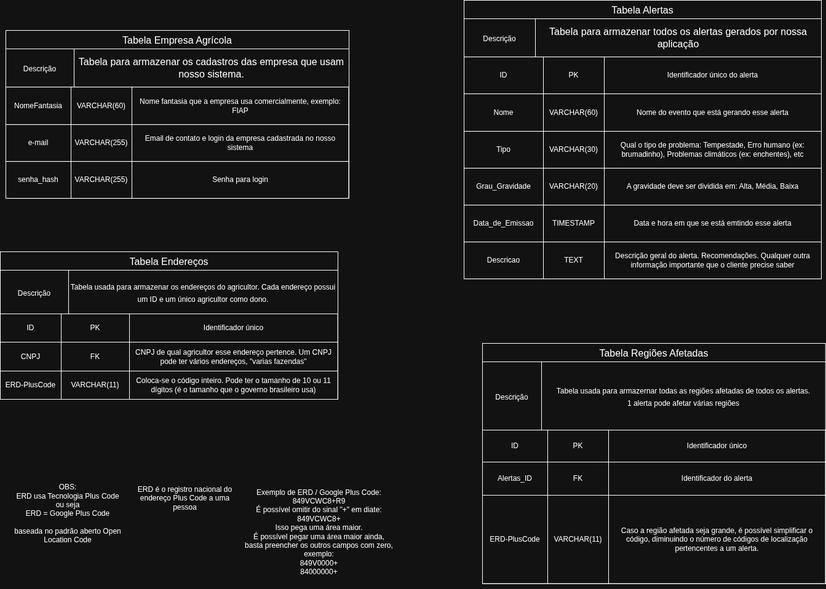
Earlier version of the draw.io export docs/database-design/Dicionário de dados.drawio.png (Code-Masters-F/GeoAlerta). Source tidied: cells renumbered, new cells last; positions are measured from the earlier drawing's top-left corner, leaving out a move shared by most shapes.
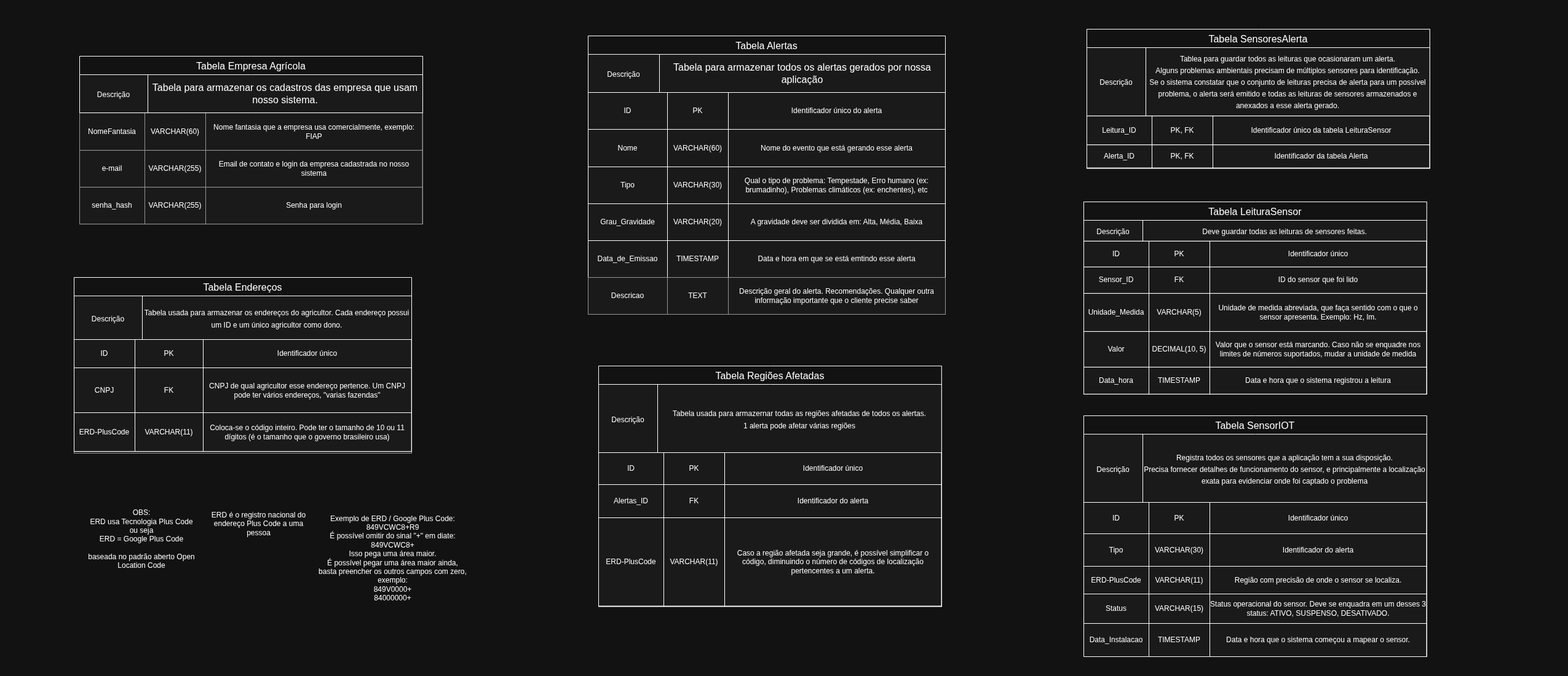
The same file after the commit.

Diff of the diagram source:
```diff
@@ -13,4 +13,4 @@
     </mxCell>
-    <mxCell id="5" style="group;" parent="1" vertex="1">
-      <mxGeometry x="754" width="581" height="393.1" as="geometry" />
+    <mxCell id="5" style="group;fillColor=#f5f5f5;fontColor=#333333;strokeColor=#666666;" parent="1" vertex="1">
+      <mxGeometry x="836" y="15.9" width="581" height="393.1" as="geometry" />
     </mxCell>
@@ -79,3 +79,3 @@
     </mxCell>
-    <mxCell id="27" style="shape=tableRow;horizontal=0;startSize=0;swimlaneHead=0;swimlaneBody=0;top=0;left=0;bottom=0;right=0;fontStyle=0;fillColor=none;strokeColor=inherit;" parent="6" vertex="1">
+    <mxCell id="27" style="shape=tableRow;horizontal=0;startSize=0;swimlaneHead=0;swimlaneBody=0;top=0;left=0;bottom=0;right=0;fontStyle=0;fillColor=#f5f5f5;strokeColor=#666666;fontColor=#333333;" parent="6" vertex="1">
       <mxGeometry y="301" width="580.9" height="60" as="geometry" />
@@ -103,4 +103,4 @@
     </mxCell>
-    <mxCell id="35" style="group;" parent="1" vertex="1">
-      <mxGeometry x="784" y="558" width="557.9" height="392" as="geometry" />
+    <mxCell id="35" style="group;fillColor=#f5f5f5;fontColor=#333333;strokeColor=#666666;" parent="1" vertex="1">
+      <mxGeometry x="853" y="553" width="557.9" height="392" as="geometry" />
     </mxCell>
@@ -157,3 +157,3 @@
     </mxCell>
-    <mxCell id="53" style="group;" parent="1" vertex="1">
+    <mxCell id="53" style="group;fillColor=#f5f5f5;fontColor=#333333;strokeColor=#666666;" parent="1" vertex="1">
       <mxGeometry y="409" width="549" height="286" as="geometry" />
@@ -161,3 +161,3 @@
     <mxCell id="54" style="shadow=0;fillColor=none;" parent="53" vertex="1">
-      <mxGeometry y="101" width="548.7" height="139" as="geometry" />
+      <mxGeometry y="101" width="548.7" height="182.2" as="geometry" />
     </mxCell>
@@ -176,24 +176,24 @@
     <mxCell id="59" style="shape=tableRow;horizontal=0;startSize=0;swimlaneHead=0;swimlaneBody=0;top=0;left=0;bottom=0;right=0;fontStyle=0;fillColor=none;strokeColor=inherit;" parent="54" vertex="1">
-      <mxGeometry y="46" width="548.7" height="47" as="geometry" />
+      <mxGeometry y="46" width="548.7" height="73" as="geometry" />
     </mxCell>
     <mxCell id="60" value="CNPJ" style="strokeColor=inherit;fillColor=none;align=center;whiteSpace=wrap;html=1;" parent="59" vertex="1">
-      <mxGeometry width="99" height="47" as="geometry" />
+      <mxGeometry width="99" height="73" as="geometry" />
     </mxCell>
     <mxCell id="61" value="&lt;div&gt;&lt;span style=&quot;background-color: transparent; color: light-dark(rgb(0, 0, 0), rgb(255, 255, 255));&quot;&gt;FK&lt;/span&gt;&lt;/div&gt;" style="strokeColor=inherit;fillColor=none;align=center;whiteSpace=wrap;html=1;" parent="59" vertex="1">
-      <mxGeometry x="99" width="111" height="47" as="geometry" />
+      <mxGeometry x="99" width="111" height="73" as="geometry" />
     </mxCell>
     <mxCell id="62" value="CNPJ de qual agricultor esse endereço pertence. Um CNPJ pode ter vários endereços, &quot;varias fazendas&quot;" style="strokeColor=inherit;fillColor=none;align=center;whiteSpace=wrap;html=1;" parent="59" vertex="1">
-      <mxGeometry x="210" width="339" height="47" as="geometry" />
+      <mxGeometry x="210" width="339" height="73" as="geometry" />
     </mxCell>
     <mxCell id="63" style="shape=tableRow;horizontal=0;startSize=0;swimlaneHead=0;swimlaneBody=0;top=0;left=0;bottom=0;right=0;fontStyle=0;fillColor=none;strokeColor=inherit;" parent="54" vertex="1">
-      <mxGeometry y="93" width="548.7" height="46" as="geometry" />
+      <mxGeometry y="119" width="548.7" height="63" as="geometry" />
     </mxCell>
     <mxCell id="64" value="ERD-PlusCode" style="strokeColor=inherit;fillColor=none;align=center;whiteSpace=wrap;html=1;" parent="63" vertex="1">
-      <mxGeometry width="99" height="46" as="geometry" />
+      <mxGeometry width="99" height="63" as="geometry" />
     </mxCell>
     <mxCell id="65" value="VARCHAR(11)" style="strokeColor=inherit;fillColor=none;align=center;whiteSpace=wrap;html=1;" parent="63" vertex="1">
-      <mxGeometry x="99" width="111" height="46" as="geometry" />
+      <mxGeometry x="99" width="111" height="63" as="geometry" />
     </mxCell>
     <mxCell id="66" value="Coloca-se o código inteiro. Pode ter o tamanho de 10 ou 11 dígitos (é o tamanho que o governo brasileiro usa)" style="strokeColor=inherit;fillColor=none;align=center;whiteSpace=wrap;html=1;" parent="63" vertex="1">
-      <mxGeometry x="210" width="339" height="46" as="geometry" />
+      <mxGeometry x="210" width="339" height="63" as="geometry" />
     </mxCell>
@@ -211,6 +211,6 @@
     </mxCell>
-    <mxCell id="71" style="group;" parent="1" vertex="1">
+    <mxCell id="71" style="group;fillColor=#f5f5f5;fontColor=#333333;strokeColor=#666666;" parent="1" vertex="1">
       <mxGeometry x="9" y="49" width="557.9" height="213.1" as="geometry" />
     </mxCell>
-    <mxCell id="72" style="shadow=0;fillColor=none;" parent="71" vertex="1">
+    <mxCell id="72" style="shadow=0;fillColor=#f5f5f5;fontColor=#333333;strokeColor=#666666;" parent="71" vertex="1">
       <mxGeometry y="92.1" width="557.5" height="181" as="geometry" />
@@ -265,2 +265,200 @@
     </mxCell>
+    <mxCell id="89" style="group;fillColor=#f5f5f5;fontColor=#333333;strokeColor=#666666;" parent="1" vertex="1">
+      <mxGeometry x="1642" y="634" width="557.9" height="392" as="geometry" />
+    </mxCell>
+    <mxCell id="90" style="shadow=0;fillColor=none;" parent="89" vertex="1">
+      <mxGeometry y="141" width="557.5" height="251" as="geometry" />
+    </mxCell>
+    <mxCell id="91" style="shape=tableRow;horizontal=0;startSize=0;swimlaneHead=0;swimlaneBody=0;top=0;left=0;bottom=0;right=0;fontStyle=0;fillColor=none;strokeColor=inherit;" parent="90" vertex="1">
+      <mxGeometry width="557.5" height="51" as="geometry" />
+    </mxCell>
+    <mxCell id="92" value="ID" style="strokeColor=inherit;fillColor=none;align=center;whiteSpace=wrap;html=1;" parent="91" vertex="1">
+      <mxGeometry width="106" height="51" as="geometry" />
+    </mxCell>
+    <mxCell id="93" value="PK" style="strokeColor=inherit;fillColor=none;align=center;whiteSpace=wrap;html=1;" parent="91" vertex="1">
+      <mxGeometry x="106" width="99" height="51" as="geometry" />
+    </mxCell>
+    <mxCell id="94" value="Identificador único" style="strokeColor=inherit;fillColor=none;align=center;whiteSpace=wrap;html=1;" parent="91" vertex="1">
+      <mxGeometry x="205" width="353" height="51" as="geometry" />
+    </mxCell>
+    <mxCell id="95" style="shape=tableRow;horizontal=0;startSize=0;swimlaneHead=0;swimlaneBody=0;top=0;left=0;bottom=0;right=0;fontStyle=0;fillColor=none;strokeColor=inherit;" parent="90" vertex="1">
+      <mxGeometry y="51" width="557.5" height="53" as="geometry" />
+    </mxCell>
+    <mxCell id="96" value="Tipo" style="strokeColor=inherit;fillColor=none;align=center;whiteSpace=wrap;html=1;" parent="95" vertex="1">
+      <mxGeometry width="106" height="53" as="geometry" />
+    </mxCell>
+    <mxCell id="97" value="VARCHAR(30)" style="strokeColor=inherit;fillColor=none;align=center;whiteSpace=wrap;html=1;" parent="95" vertex="1">
+      <mxGeometry x="106" width="99" height="53" as="geometry" />
+    </mxCell>
+    <mxCell id="98" value="Identificador do alerta" style="strokeColor=inherit;fillColor=none;align=center;whiteSpace=wrap;html=1;" parent="95" vertex="1">
+      <mxGeometry x="205" width="353" height="53" as="geometry" />
+    </mxCell>
+    <mxCell id="99" style="shape=tableRow;horizontal=0;startSize=0;swimlaneHead=0;swimlaneBody=0;top=0;left=0;bottom=0;right=0;fontStyle=0;fillColor=none;strokeColor=inherit;" parent="90" vertex="1">
+      <mxGeometry y="104" width="557.5" height="45" as="geometry" />
+    </mxCell>
+    <mxCell id="100" value="ERD-PlusCode" style="strokeColor=inherit;fillColor=none;align=center;whiteSpace=wrap;html=1;" parent="99" vertex="1">
+      <mxGeometry width="106" height="45" as="geometry" />
+    </mxCell>
+    <mxCell id="101" value="VARCHAR(11)" style="strokeColor=inherit;fillColor=none;align=center;whiteSpace=wrap;html=1;" parent="99" vertex="1">
+      <mxGeometry x="106" width="99" height="45" as="geometry" />
+    </mxCell>
+    <mxCell id="102" value="Região com precisão de onde o sensor se localiza." style="strokeColor=inherit;fillColor=none;align=center;whiteSpace=wrap;html=1;" parent="99" vertex="1">
+      <mxGeometry x="205" width="353" height="45" as="geometry" />
+    </mxCell>
+    <mxCell id="103" style="shape=tableRow;horizontal=0;startSize=0;swimlaneHead=0;swimlaneBody=0;top=0;left=0;bottom=0;right=0;fontStyle=0;fillColor=none;strokeColor=inherit;" parent="90" vertex="1">
+      <mxGeometry y="149" width="557.5" height="48" as="geometry" />
+    </mxCell>
+    <mxCell id="104" value="Status" style="strokeColor=inherit;fillColor=none;align=center;whiteSpace=wrap;html=1;" parent="103" vertex="1">
+      <mxGeometry width="106" height="48" as="geometry" />
+    </mxCell>
+    <mxCell id="105" value="VARCHAR(15)" style="strokeColor=inherit;fillColor=none;align=center;whiteSpace=wrap;html=1;" parent="103" vertex="1">
+      <mxGeometry x="106" width="99" height="48" as="geometry" />
+    </mxCell>
+    <mxCell id="106" value="Status operacional do sensor. Deve se enquadra em um desses 3 status: ATIVO, SUSPENSO, DESATIVADO." style="strokeColor=inherit;fillColor=none;align=center;whiteSpace=wrap;html=1;" parent="103" vertex="1">
+      <mxGeometry x="205" width="353" height="48" as="geometry" />
+    </mxCell>
+    <mxCell id="107" style="shape=tableRow;horizontal=0;startSize=0;swimlaneHead=0;swimlaneBody=0;top=0;left=0;bottom=0;right=0;fontStyle=0;fillColor=none;strokeColor=inherit;" parent="90" vertex="1">
+      <mxGeometry y="197" width="557.5" height="54" as="geometry" />
+    </mxCell>
+    <mxCell id="108" value="Data_Instalacao" style="strokeColor=inherit;fillColor=none;align=center;whiteSpace=wrap;html=1;" parent="107" vertex="1">
+      <mxGeometry width="106" height="54" as="geometry" />
+    </mxCell>
+    <mxCell id="109" value="TIMESTAMP" style="strokeColor=inherit;fillColor=none;align=center;whiteSpace=wrap;html=1;" parent="107" vertex="1">
+      <mxGeometry x="106" width="99" height="54" as="geometry" />
+    </mxCell>
+    <mxCell id="110" value="Data e hora que o sistema começou a mapear o sensor." style="strokeColor=inherit;fillColor=none;align=center;whiteSpace=wrap;html=1;" parent="107" vertex="1">
+      <mxGeometry x="205" width="353" height="54" as="geometry" />
+    </mxCell>
+    <mxCell id="111" value="Tabela SensorIOT" style="shape=table;startSize=30;strokeColor=default;fontSize=16;" parent="89" vertex="1">
+      <mxGeometry width="557.8" height="141" as="geometry" />
+    </mxCell>
+    <mxCell id="112" style="shape=tableRow;horizontal=0;startSize=0;swimlaneHead=0;swimlaneBody=0;strokeColor=inherit;top=0;left=0;bottom=0;right=0;fillColor=none;fontSize=16;" parent="111" vertex="1">
+      <mxGeometry y="30" width="557.8" height="111" as="geometry" />
+    </mxCell>
+    <mxCell id="113" value="&lt;span style=&quot;font-size: 12px;&quot;&gt;Descrição&lt;/span&gt;" style="shape=partialRectangle;html=1;whiteSpace=wrap;strokeColor=inherit;overflow=hidden;fillColor=none;top=0;left=0;bottom=0;right=0;fontSize=16;" parent="112" vertex="1">
+      <mxGeometry width="96" height="111" as="geometry" />
+    </mxCell>
+    <mxCell id="114" value="&lt;span style=&quot;font-size: 12px;&quot;&gt;Registra todos os sensores que a aplicação tem a sua disposição.&lt;br&gt;Precisa fornecer detalhes de funcionamento do sensor, e principalmente a localização exata para evidenciar onde foi captado o problema&lt;/span&gt;" style="shape=partialRectangle;html=1;whiteSpace=wrap;strokeColor=inherit;overflow=hidden;fillColor=none;top=0;left=0;bottom=0;right=0;fontSize=16;" parent="112" vertex="1">
+      <mxGeometry x="96" width="462" height="111" as="geometry" />
+    </mxCell>
+    <mxCell id="115" style="group;fillColor=#f5f5f5;fontColor=#333333;strokeColor=#666666;" parent="1" vertex="1">
+      <mxGeometry x="1642" y="286" width="557.9" height="313" as="geometry" />
+    </mxCell>
+    <mxCell id="116" style="shadow=0;fillColor=none;" parent="115" vertex="1">
+      <mxGeometry y="63.9" width="557.5" height="248.9" as="geometry" />
+    </mxCell>
+    <mxCell id="117" style="shape=tableRow;horizontal=0;startSize=0;swimlaneHead=0;swimlaneBody=0;top=0;left=0;bottom=0;right=0;fontStyle=0;fillColor=none;strokeColor=inherit;" parent="116" vertex="1">
+      <mxGeometry width="557.5" height="42" as="geometry" />
+    </mxCell>
+    <mxCell id="118" value="ID" style="strokeColor=inherit;fillColor=none;align=center;whiteSpace=wrap;html=1;" parent="117" vertex="1">
+      <mxGeometry width="106" height="42" as="geometry" />
+    </mxCell>
+    <mxCell id="119" value="PK" style="strokeColor=inherit;fillColor=none;align=center;whiteSpace=wrap;html=1;" parent="117" vertex="1">
+      <mxGeometry x="106" width="99" height="42" as="geometry" />
+    </mxCell>
+    <mxCell id="120" value="Identificador único" style="strokeColor=inherit;fillColor=none;align=center;whiteSpace=wrap;html=1;" parent="117" vertex="1">
+      <mxGeometry x="205" width="353" height="42" as="geometry" />
+    </mxCell>
+    <mxCell id="121" style="shape=tableRow;horizontal=0;startSize=0;swimlaneHead=0;swimlaneBody=0;top=0;left=0;bottom=0;right=0;fontStyle=0;fillColor=none;strokeColor=inherit;" parent="116" vertex="1">
+      <mxGeometry y="42" width="557.5" height="43" as="geometry" />
+    </mxCell>
+    <mxCell id="122" value="Sensor_ID" style="strokeColor=inherit;fillColor=none;align=center;whiteSpace=wrap;html=1;" parent="121" vertex="1">
+      <mxGeometry width="106" height="43" as="geometry" />
+    </mxCell>
+    <mxCell id="123" value="FK" style="strokeColor=inherit;fillColor=none;align=center;whiteSpace=wrap;html=1;" parent="121" vertex="1">
+      <mxGeometry x="106" width="99" height="43" as="geometry" />
+    </mxCell>
+    <mxCell id="124" value="ID do sensor que foi lido" style="strokeColor=inherit;fillColor=none;align=center;whiteSpace=wrap;html=1;" parent="121" vertex="1">
+      <mxGeometry x="205" width="353" height="43" as="geometry" />
+    </mxCell>
+    <mxCell id="125" style="shape=tableRow;horizontal=0;startSize=0;swimlaneHead=0;swimlaneBody=0;top=0;left=0;bottom=0;right=0;fontStyle=0;fillColor=none;strokeColor=inherit;" parent="116" vertex="1">
+      <mxGeometry y="85" width="557.5" height="62" as="geometry" />
+    </mxCell>
+    <mxCell id="126" value="Unidade_Medida" style="strokeColor=inherit;fillColor=none;align=center;whiteSpace=wrap;html=1;" parent="125" vertex="1">
+      <mxGeometry width="106" height="62" as="geometry" />
+    </mxCell>
+    <mxCell id="127" value="VARCHAR(5)" style="strokeColor=inherit;fillColor=none;align=center;whiteSpace=wrap;html=1;" parent="125" vertex="1">
+      <mxGeometry x="106" width="99" height="62" as="geometry" />
+    </mxCell>
+    <mxCell id="128" value="Unidade de medida abreviada, que faça sentido com o que o sensor apresenta. Exemplo: Hz, lm." style="strokeColor=inherit;fillColor=none;align=center;whiteSpace=wrap;html=1;" parent="125" vertex="1">
+      <mxGeometry x="205" width="353" height="62" as="geometry" />
+    </mxCell>
+    <mxCell id="129" style="shape=tableRow;horizontal=0;startSize=0;swimlaneHead=0;swimlaneBody=0;top=0;left=0;bottom=0;right=0;fontStyle=0;fillColor=none;strokeColor=inherit;" parent="116" vertex="1">
+      <mxGeometry y="147" width="557.5" height="58" as="geometry" />
+    </mxCell>
+    <mxCell id="130" value="Valor" style="strokeColor=inherit;fillColor=none;align=center;whiteSpace=wrap;html=1;" parent="129" vertex="1">
+      <mxGeometry width="106" height="58" as="geometry" />
+    </mxCell>
+    <mxCell id="131" value="DECIMAL(10, 5)" style="strokeColor=inherit;fillColor=none;align=center;whiteSpace=wrap;html=1;" parent="129" vertex="1">
+      <mxGeometry x="106" width="99" height="58" as="geometry" />
+    </mxCell>
+    <mxCell id="132" value="Valor que o sensor está marcando. Caso não se enquadre nos limites de números suportados, mudar a unidade de medida" style="strokeColor=inherit;fillColor=none;align=center;whiteSpace=wrap;html=1;" parent="129" vertex="1">
+      <mxGeometry x="205" width="353" height="58" as="geometry" />
+    </mxCell>
+    <mxCell id="133" style="shape=tableRow;horizontal=0;startSize=0;swimlaneHead=0;swimlaneBody=0;top=0;left=0;bottom=0;right=0;fontStyle=0;fillColor=none;strokeColor=inherit;" parent="116" vertex="1">
+      <mxGeometry y="205" width="557.5" height="44" as="geometry" />
+    </mxCell>
+    <mxCell id="134" value="Data_hora" style="strokeColor=inherit;fillColor=none;align=center;whiteSpace=wrap;html=1;" parent="133" vertex="1">
+      <mxGeometry width="106" height="44" as="geometry" />
+    </mxCell>
+    <mxCell id="135" value="TIMESTAMP" style="strokeColor=inherit;fillColor=none;align=center;whiteSpace=wrap;html=1;" parent="133" vertex="1">
+      <mxGeometry x="106" width="99" height="44" as="geometry" />
+    </mxCell>
+    <mxCell id="136" value="Data e hora que o sistema registrou a leitura" style="strokeColor=inherit;fillColor=none;align=center;whiteSpace=wrap;html=1;" parent="133" vertex="1">
+      <mxGeometry x="205" width="353" height="44" as="geometry" />
+    </mxCell>
+    <mxCell id="137" value="Tabela LeituraSensor" style="shape=table;startSize=30;strokeColor=default;fontSize=16;" parent="115" vertex="1">
+      <mxGeometry width="557.8" height="63.9" as="geometry" />
+    </mxCell>
+    <mxCell id="138" style="shape=tableRow;horizontal=0;startSize=0;swimlaneHead=0;swimlaneBody=0;strokeColor=inherit;top=0;left=0;bottom=0;right=0;fillColor=none;fontSize=16;" parent="137" vertex="1">
+      <mxGeometry y="30" width="557.8" height="34" as="geometry" />
+    </mxCell>
+    <mxCell id="139" value="&lt;span style=&quot;font-size: 12px;&quot;&gt;Descrição&lt;/span&gt;" style="shape=partialRectangle;html=1;whiteSpace=wrap;strokeColor=inherit;overflow=hidden;fillColor=none;top=0;left=0;bottom=0;right=0;fontSize=16;" parent="138" vertex="1">
+      <mxGeometry width="96" height="34" as="geometry" />
+    </mxCell>
+    <mxCell id="140" value="&lt;span style=&quot;font-size: 12px;&quot;&gt;Deve guardar todas as leituras de sensores feitas.&lt;/span&gt;" style="shape=partialRectangle;html=1;whiteSpace=wrap;strokeColor=inherit;overflow=hidden;fillColor=none;top=0;left=0;bottom=0;right=0;fontSize=16;" parent="138" vertex="1">
+      <mxGeometry x="96" width="462" height="34" as="geometry" />
+    </mxCell>
+    <mxCell id="141" value=" " style="group;fillColor=#f5f5f5;fontColor=#333333;strokeColor=#666666;" parent="1" vertex="1">
+      <mxGeometry x="1647" y="5" width="557.9" height="227" as="geometry" />
+    </mxCell>
+    <mxCell id="142" style="shadow=0;fillColor=none;" parent="141" vertex="1">
+      <mxGeometry y="141.1" width="557.5" height="84.6" as="geometry" />
+    </mxCell>
+    <mxCell id="143" style="shape=tableRow;horizontal=0;startSize=0;swimlaneHead=0;swimlaneBody=0;top=0;left=0;bottom=0;right=0;fontStyle=0;fillColor=none;strokeColor=inherit;" parent="142" vertex="1">
+      <mxGeometry width="557.5" height="47" as="geometry" />
+    </mxCell>
+    <mxCell id="144" value="Leitura_ID" style="strokeColor=inherit;fillColor=none;align=center;whiteSpace=wrap;html=1;" parent="143" vertex="1">
+      <mxGeometry width="106" height="47" as="geometry" />
+    </mxCell>
+    <mxCell id="145" value="PK, FK" style="strokeColor=inherit;fillColor=none;align=center;whiteSpace=wrap;html=1;" parent="143" vertex="1">
+      <mxGeometry x="106" width="99" height="47" as="geometry" />
+    </mxCell>
+    <mxCell id="146" value="Identificador único da tabela LeituraSensor" style="strokeColor=inherit;fillColor=none;align=center;whiteSpace=wrap;html=1;" parent="143" vertex="1">
+      <mxGeometry x="205" width="353" height="47" as="geometry" />
+    </mxCell>
+    <mxCell id="147" style="shape=tableRow;horizontal=0;startSize=0;swimlaneHead=0;swimlaneBody=0;top=0;left=0;bottom=0;right=0;fontStyle=0;fillColor=none;strokeColor=inherit;" parent="142" vertex="1">
+      <mxGeometry y="47" width="557.5" height="38" as="geometry" />
+    </mxCell>
+    <mxCell id="148" value="Alerta_ID" style="strokeColor=inherit;fillColor=none;align=center;whiteSpace=wrap;html=1;" parent="147" vertex="1">
+      <mxGeometry width="106" height="38" as="geometry" />
+    </mxCell>
+    <mxCell id="149" value="PK, FK" style="strokeColor=inherit;fillColor=none;align=center;whiteSpace=wrap;html=1;" parent="147" vertex="1">
+      <mxGeometry x="106" width="99" height="38" as="geometry" />
+    </mxCell>
+    <mxCell id="150" value="Identificador da tabela Alerta" style="strokeColor=inherit;fillColor=none;align=center;whiteSpace=wrap;html=1;" parent="147" vertex="1">
+      <mxGeometry x="205" width="353" height="38" as="geometry" />
+    </mxCell>
+    <mxCell id="151" value="Tabela SensoresAlerta" style="shape=table;startSize=30;strokeColor=default;fontSize=16;" parent="141" vertex="1">
+      <mxGeometry width="557.8" height="141" as="geometry" />
+    </mxCell>
+    <mxCell id="152" style="shape=tableRow;horizontal=0;startSize=0;swimlaneHead=0;swimlaneBody=0;strokeColor=inherit;top=0;left=0;bottom=0;right=0;fillColor=none;fontSize=16;" parent="151" vertex="1">
+      <mxGeometry y="30" width="557.8" height="111" as="geometry" />
+    </mxCell>
+    <mxCell id="153" value="&lt;span style=&quot;font-size: 12px;&quot;&gt;Descrição&lt;/span&gt;" style="shape=partialRectangle;html=1;whiteSpace=wrap;strokeColor=inherit;overflow=hidden;fillColor=none;top=0;left=0;bottom=0;right=0;fontSize=16;" parent="152" vertex="1">
+      <mxGeometry width="96" height="111" as="geometry" />
+    </mxCell>
+    <mxCell id="154" value="&lt;span style=&quot;font-size: 12px;&quot;&gt;Tablea para guardar todos as leituras que ocasionaram um alerta.&lt;br&gt;Alguns problemas ambientais precisam de múltiplos sensores para identificação.&lt;/span&gt;&lt;div&gt;&lt;span style=&quot;font-size: 12px;&quot;&gt;Se o sistema constatar que o conjunto de leituras precisa de alerta para um possível problema, o alerta será emitido e todas as leituras de sensores armazenados e anexados a esse alerta gerado.&lt;/span&gt;&lt;/div&gt;" style="shape=partialRectangle;html=1;whiteSpace=wrap;strokeColor=inherit;overflow=hidden;fillColor=none;top=0;left=0;bottom=0;right=0;fontSize=16;" parent="152" vertex="1">
+      <mxGeometry x="96" width="462" height="111" as="geometry" />
+    </mxCell>
   </root>
```
